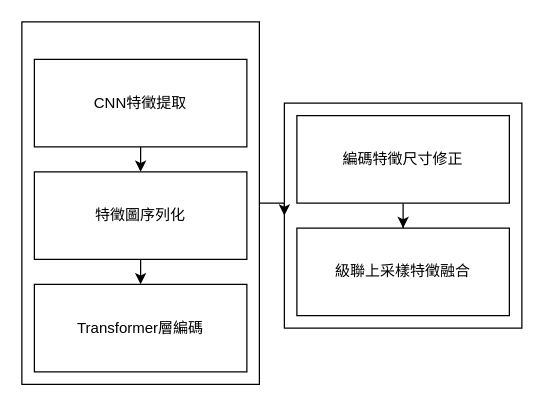
The draw.io diagram page "第 1 页" (1 of 2) of 未命名绘图.drawio.xml in GPL1024/BigNews, before the edit. Source tidied: cells renumbered, new cells numbered last; positions are measured from the earlier drawing's top-left corner, leaving out a move shared by most shapes. Both pictures are drawn from the tidied source at 125%, with x=0, y=0 at pixel (21, 21).
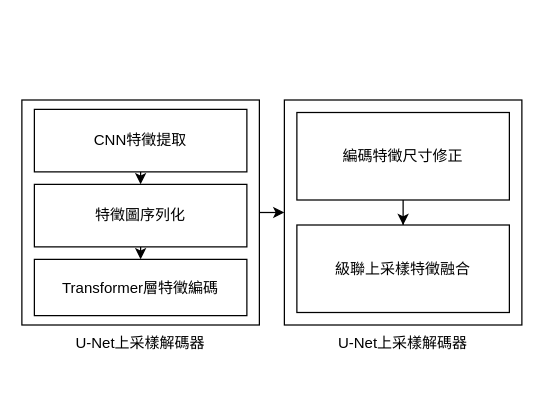
The same diagram, later.

Change to the diagram source:
```diff
@@
 <mxGraphModel>
   <root>
     <mxCell id="0" />
     <mxCell id="1" parent="0" />
+    <mxCell id="13" value="U-Net上采樣解碼器" style="rounded=0;whiteSpace=wrap;html=1;fillColor=none;align=center;labelPosition=center;verticalLabelPosition=bottom;verticalAlign=top;" parent="1" vertex="1">
+      <mxGeometry y="62.5" width="190" height="180" as="geometry" />
+    </mxCell>
-    <mxCell id="2" style="rounded=0;whiteSpace=wrap;html=1;fillColor=none;" parent="1" vertex="1">
-      <mxGeometry x="210" y="65" width="190" height="180" as="geometry" />
+    <mxCell id="2" value="U-Net上采樣解碼器" style="rounded=0;whiteSpace=wrap;html=1;fillColor=none;align=center;labelPosition=center;verticalLabelPosition=bottom;verticalAlign=top;" parent="1" vertex="1">
+      <mxGeometry x="210" y="62.5" width="190" height="180" as="geometry" />
     </mxCell>
     <mxCell id="3" style="edgeStyle=orthogonalEdgeStyle;rounded=0;jettySize=auto;html=1;exitX=0.5;exitY=1;exitDx=0;exitDy=0;entryX=0.5;entryY=0;entryDx=0;entryDy=0;" parent="1" edge="1" source="4" target="7">
       <mxGeometry relative="1" as="geometry" />
     </mxCell>
     <mxCell id="4" value="CNN特徵提取" style="rounded=0;whiteSpace=wrap;html=1;" parent="1" vertex="1">
-      <mxGeometry x="10" y="30" width="170" height="70" as="geometry" />
+      <mxGeometry x="10" y="70" width="170" height="50" as="geometry" />
     </mxCell>
     <mxCell id="5" value="級聯上采樣特徵融合" style="rounded=0;whiteSpace=wrap;html=1;" parent="1" vertex="1">
-      <mxGeometry x="220" y="165" width="170" height="70" as="geometry" />
+      <mxGeometry x="220" y="162.5" width="170" height="70" as="geometry" />
     </mxCell>
     <mxCell id="6" style="edgeStyle=orthogonalEdgeStyle;rounded=0;jettySize=auto;html=1;exitX=0.5;exitY=1;exitDx=0;exitDy=0;entryX=0.5;entryY=0;entryDx=0;entryDy=0;" parent="1" edge="1" source="7" target="8">
       <mxGeometry relative="1" as="geometry" />
     </mxCell>
     <mxCell id="7" value="特徵圖序列化" style="rounded=0;whiteSpace=wrap;html=1;" parent="1" vertex="1">
-      <mxGeometry x="10" y="120" width="170" height="70" as="geometry" />
+      <mxGeometry x="10" y="130" width="170" height="50" as="geometry" />
     </mxCell>
-    <mxCell id="8" value="Transformer層編碼" style="rounded=0;whiteSpace=wrap;html=1;" parent="1" vertex="1">
-      <mxGeometry x="10" y="210" width="170" height="70" as="geometry" />
+    <mxCell id="8" value="Transformer層特徵編碼" style="rounded=0;whiteSpace=wrap;html=1;" parent="1" vertex="1">
+      <mxGeometry x="10" y="190" width="170" height="45" as="geometry" />
     </mxCell>
     <mxCell id="9" style="edgeStyle=orthogonalEdgeStyle;rounded=0;jettySize=auto;html=1;entryX=0.5;entryY=0;entryDx=0;entryDy=0;" parent="1" edge="1" source="10" target="5">
       <mxGeometry relative="1" as="geometry" />
     </mxCell>
     <mxCell id="10" value="編碼特徵尺寸修正" style="rounded=0;whiteSpace=wrap;html=1;" parent="1" vertex="1">
-      <mxGeometry x="220" y="75" width="170" height="70" as="geometry" />
+      <mxGeometry x="220" y="72.5" width="170" height="70" as="geometry" />
     </mxCell>
-    <mxCell id="11" style="edgeStyle=orthogonalEdgeStyle;rounded=0;jettySize=auto;html=1;exitX=1;exitY=0.5;exitDx=0;exitDy=0;entryX=0;entryY=0.5;entryDx=0;entryDy=0;" parent="1" edge="1" source="12" target="2">
-      <mxGeometry relative="1" as="geometry" />
+    <mxCell id="11" style="edgeStyle=orthogonalEdgeStyle;rounded=0;jettySize=auto;html=1;exitX=1;exitY=0.5;exitDx=0;exitDy=0;entryX=0;entryY=0.5;entryDx=0;entryDy=0;" parent="1" edge="1" target="2">
+      <mxGeometry relative="1" as="geometry">
+        <mxPoint x="190" y="152.5" as="sourcePoint" />
+      </mxGeometry>
     </mxCell>
-    <mxCell id="12" style="rounded=0;whiteSpace=wrap;html=1;fillColor=none;align=center;" parent="1" vertex="1">
-      <mxGeometry width="190" height="290" as="geometry" />
-    </mxCell>
   </root>
 </mxGraphModel>
```
